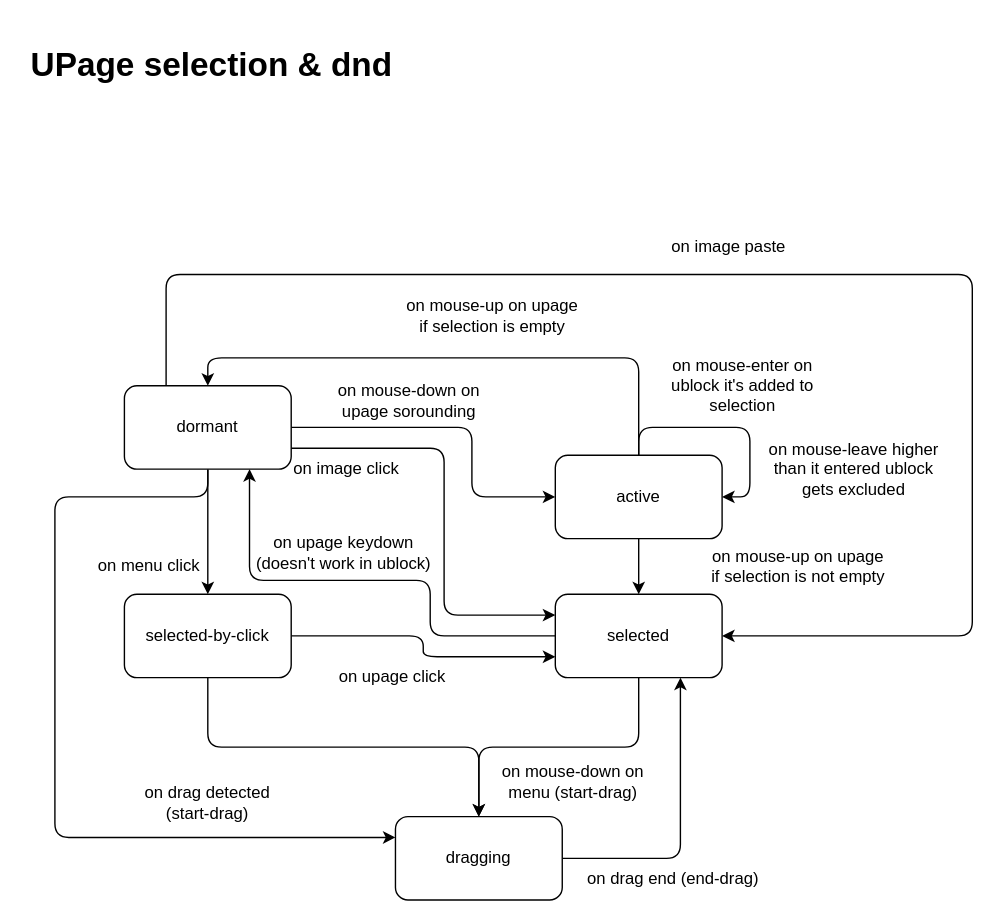
This is page "UPage selection & dnd" (3 of 7) of doc.drawio from Zombobot1/bike2, a draw.io file, before an edit. Source tidied: cells renumbered, new cells numbered last; positions are measured from the earlier drawing's top-left corner, leaving out a move shared by most shapes. Both pictures are drawn from the tidied source at 139%, with x=0, y=0 at pixel (24, 38).
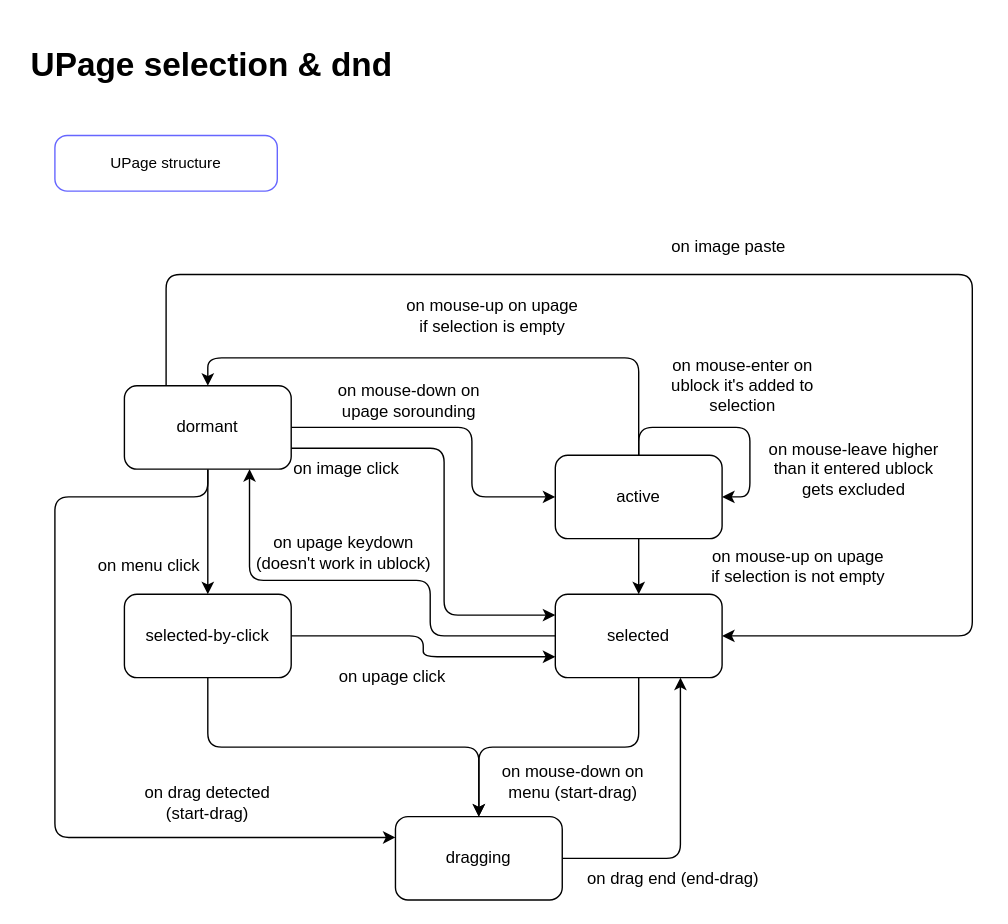
After the change.

What changed in the source:
```diff
@@
+    <mxCell id="34" value="UPage structure" style="rounded=1;whiteSpace=wrap;arcSize=22;fontFamily=Helvetica;fontSize=11;fontColor=default;strokeColor=#6666FF;fillColor=none;" parent="1" vertex="1">
+      <mxGeometry x="22" y="70" width="160" height="40" as="geometry" />
+    </mxCell>
```
